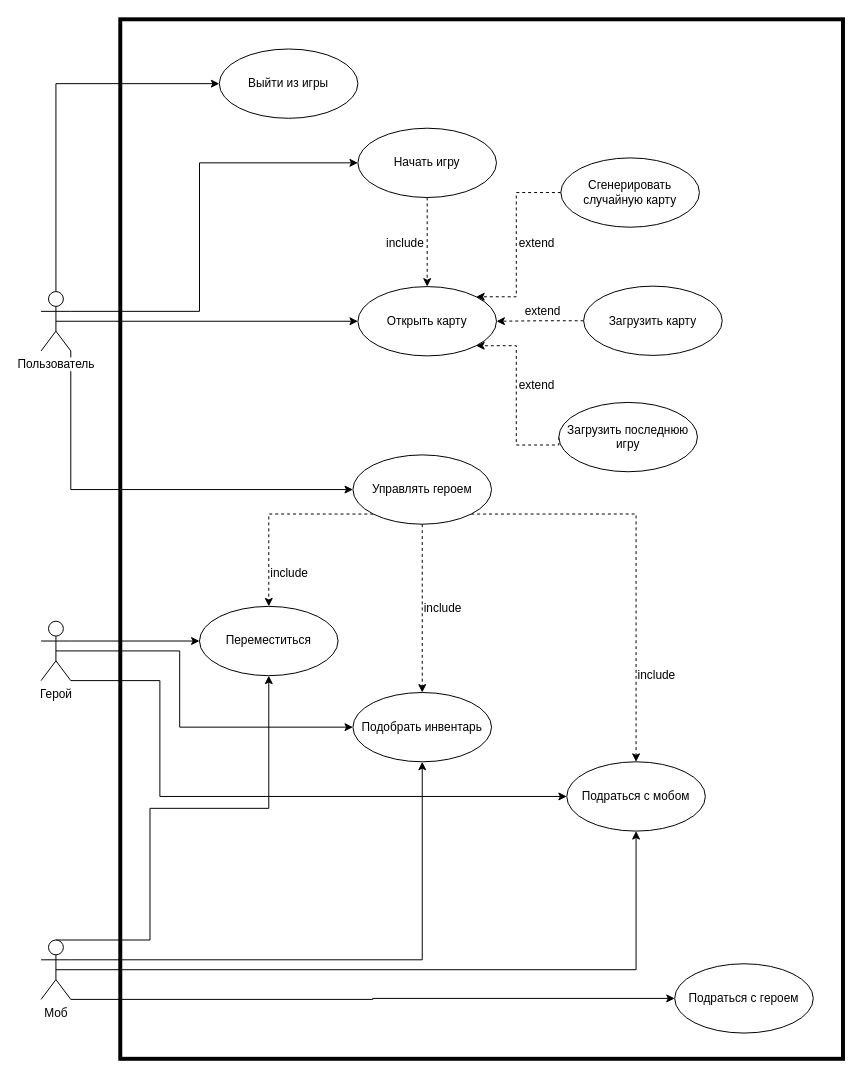
Above: docs/src/useCaseDiagram.drawio in RAF96/au-2019-Roguelike (draw.io), before the change. Source tidied: cells renumbered, new cells numbered last; positions are measured from the earlier drawing's top-left corner, leaving out a move shared by most shapes. Both pictures are drawn from the tidied source at 99%, with x=0, y=0 at pixel (41, 19).
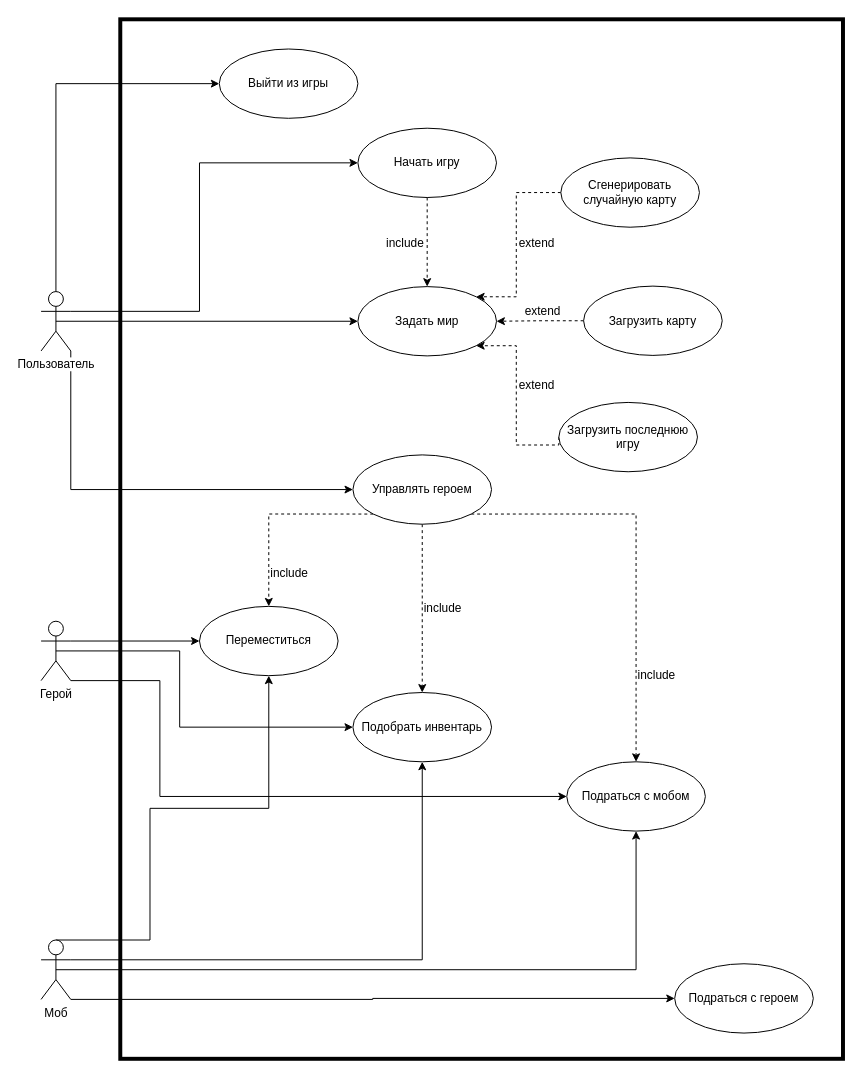
After the change.

What changed in the source:
```diff
@@
-    <mxCell id="7" value="Открыть карту" style="ellipse;whiteSpace=wrap;html=1;" parent="1" vertex="1">
+    <mxCell id="7" value="Задать мир" style="ellipse;whiteSpace=wrap;html=1;" parent="1" vertex="1">
       <mxGeometry x="320" y="270" width="140" height="70" as="geometry" />
     </mxCell>
```
